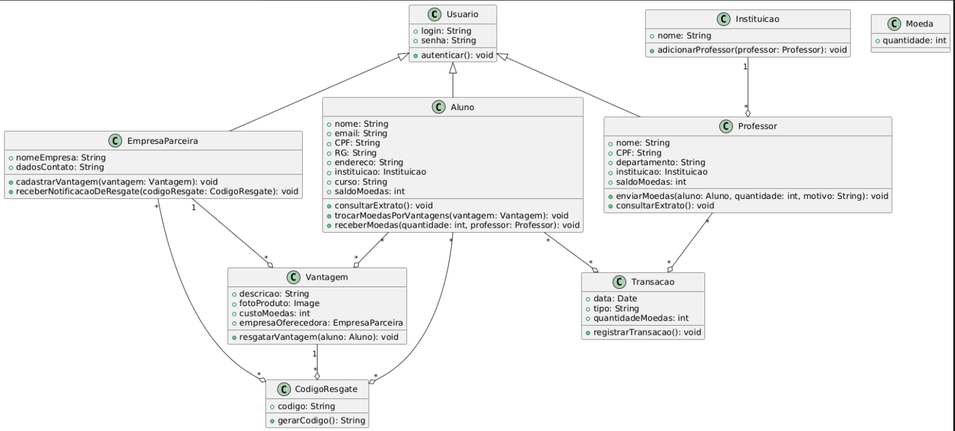
The PlantUML diagram Projeto/images/diagramaDeClasses.png in JoaoRajao/SistemaMoedaEstudantil, before a commit. Its source is kept beside it as Projeto/diagramaDeClasses.puml. The source it was exported from:
```plantuml
@startuml

class Usuario {
  +login: String
  +senha: String
  +autenticar(): void
}

class Aluno {
  +nome: String
  +email: String
  +CPF: String
  +RG: String
  +endereco: String
  +instituicao: Instituicao
  +curso: String
  +saldoMoedas: int
  +consultarExtrato(): void
  +trocarMoedasPorVantagens(vantagem: Vantagem): void
  +receberMoedas(quantidade: int, professor: Professor): void
}

class Professor {
  +nome: String
  +CPF: String
  +departamento: String
  +instituicao: Instituicao
  +saldoMoedas: int
  +enviarMoedas(aluno: Aluno, quantidade: int, motivo: String): void
  +consultarExtrato(): void
}

class EmpresaParceira {
  +nomeEmpresa: String
  +dadosContato: String
  +cadastrarVantagem(vantagem: Vantagem): void
  +receberNotificacaoDeResgate(codigoResgate: CodigoResgate): void
}

class Instituicao {
  +nome: String
  +adicionarProfessor(professor: Professor): void
}

class Moeda {
  +quantidade: int
}

class Vantagem {
  +descricao: String
  +fotoProduto: Image
  +custoMoedas: int
  +empresaOferecedora: EmpresaParceira
  +resgatarVantagem(aluno: Aluno): void
}

class Transacao {
  +data: Date
  +tipo: String
  +quantidadeMoedas: int
  +registrarTransacao(): void
}

class CodigoResgate {
  +codigo: String
  +gerarCodigo(): String
}

Usuario <|-- Aluno
Usuario <|-- Professor
Usuario <|-- EmpresaParceira

Instituicao "1" --o "*" Professor
Aluno "*" --o "*" Transacao
Professor "*" --o "*" Transacao
Aluno "*" --o "*" CodigoResgate
EmpresaParceira "*" --o "*" CodigoResgate
Vantagem "1" --o "*" CodigoResgate
EmpresaParceira "1" --o "*" Vantagem
Aluno "*" --o "*" Vantagem

@enduml
```
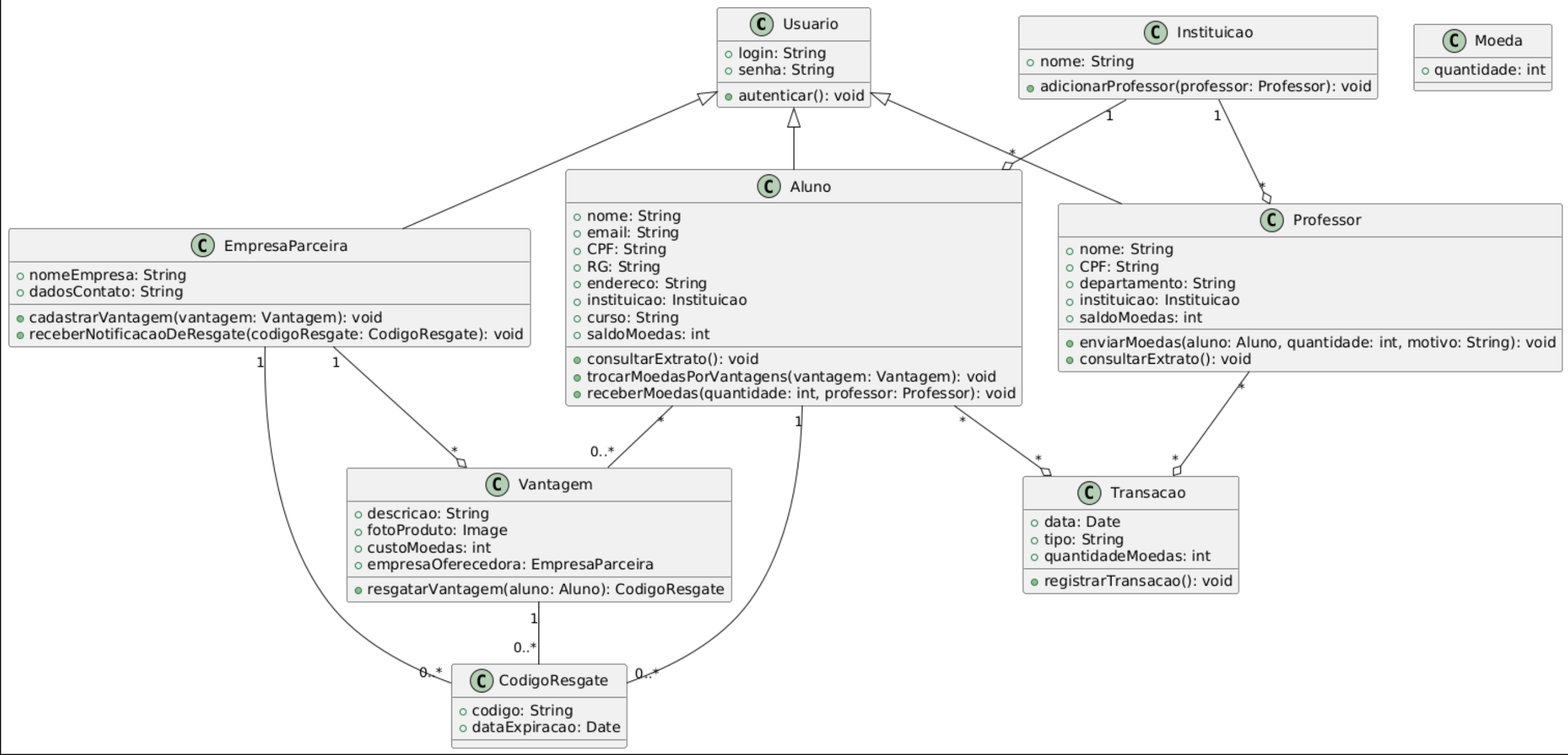
Above is the later version.

What changed in the source:
```diff
@@ -51,7 +51,7 @@
   +fotoProduto: Image
   +custoMoedas: int
   +empresaOferecedora: EmpresaParceira
-  +resgatarVantagem(aluno: Aluno): void
+  +resgatarVantagem(aluno: Aluno): CodigoResgate
 }
 
 class Transacao {
@@ -63,7 +63,7 @@
 
 class CodigoResgate {
   +codigo: String
-  +gerarCodigo(): String
+  +dataExpiracao: Date
 }
 
 Usuario <|-- Aluno
@@ -71,12 +71,16 @@
 Usuario <|-- EmpresaParceira
 
 Instituicao "1" --o "*" Professor
+Instituicao "1" --o "*" Aluno
+
 Aluno "*" --o "*" Transacao
 Professor "*" --o "*" Transacao
-Aluno "*" --o "*" CodigoResgate
-EmpresaParceira "*" --o "*" CodigoResgate
-Vantagem "1" --o "*" CodigoResgate
+
+Aluno "1" -- "0..*" CodigoResgate
+EmpresaParceira "1" -- "0..*" CodigoResgate
+Vantagem "1" -- "0..*" CodigoResgate
+
 EmpresaParceira "1" --o "*" Vantagem
-Aluno "*" --o "*" Vantagem
+Aluno "*" -- "0..*" Vantagem
 
 @enduml
```
